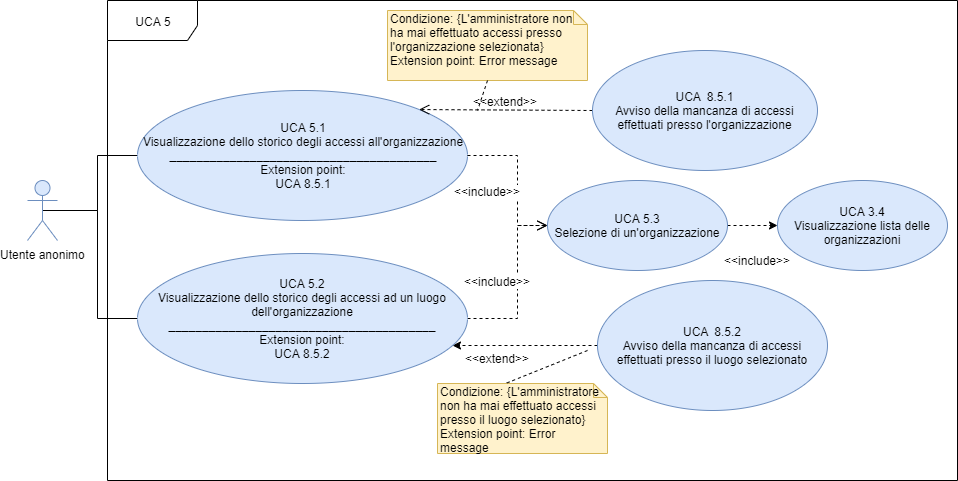
This is DocumentazioneEsterna/AnalisiRequisiti/sezioni/UseCase/Immagini/UCA5.png from qb-team/Stalker-Documentazione, a draw.io export, as it was before one commit. Source tidied: cells renumbered, new cells last; positions are measured from the earlier drawing's top-left corner, leaving out a move shared by most shapes.
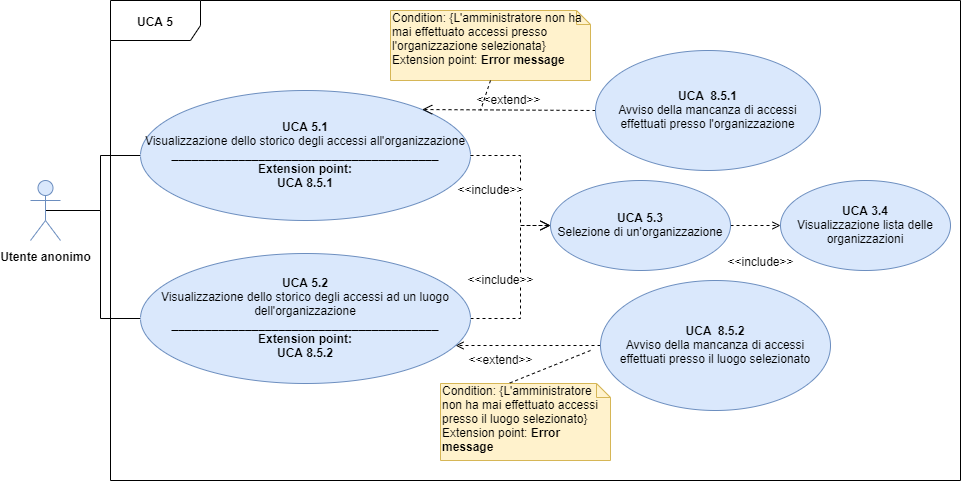
The same file after the commit.

Change to the diagram source:
```diff
@@ -2,19 +2,19 @@
   <root>
     <mxCell id="0" />
     <mxCell id="1" parent="0" />
-    <mxCell id="2" value="UCA 5" style="shape=umlFrame;whiteSpace=wrap;html=1;fontFamily=Helvetica;fontSize=12;width=90;height=40;" parent="1" vertex="1">
+    <mxCell id="2" value="&lt;b&gt;UCA 5&lt;/b&gt;" style="shape=umlFrame;whiteSpace=wrap;html=1;fontFamily=Helvetica;fontSize=12;width=90;height=40;" parent="1" vertex="1">
       <mxGeometry x="80" width="850" height="480" as="geometry" />
     </mxCell>
-    <mxCell id="3" style="edgeStyle=orthogonalEdgeStyle;rounded=0;jettySize=auto;html=1;entryX=0;entryY=0.5;entryDx=0;entryDy=0;endArrow=classic;endFill=1;dashed=1;" parent="1" edge="1" source="4" target="21">
+    <mxCell id="3" style="edgeStyle=orthogonalEdgeStyle;rounded=0;jettySize=auto;html=1;entryX=0;entryY=0.5;entryDx=0;entryDy=0;endArrow=open;endFill=0;dashed=1;" parent="1" edge="1" source="4" target="21">
       <mxGeometry relative="1" as="geometry" />
     </mxCell>
-    <mxCell id="4" value="&lt;font style=&quot;font-size: 12px&quot;&gt;UCA 5.3&lt;br&gt;Selezione di un'organizzazione&lt;br&gt;&lt;/font&gt;" style="ellipse;whiteSpace=wrap;html=1;fillColor=#dae8fc;strokeColor=#6c8ebf;fontFamily=Helvetica;fontSize=12;" parent="1" vertex="1">
+    <mxCell id="4" value="&lt;font style=&quot;font-size: 12px&quot;&gt;&lt;b&gt;UCA 5.3&lt;br&gt;&lt;/b&gt;Selezione di un'organizzazione&lt;br&gt;&lt;/font&gt;" style="ellipse;whiteSpace=wrap;html=1;fillColor=#dae8fc;strokeColor=#6c8ebf;fontFamily=Helvetica;fontSize=12;" parent="1" vertex="1">
       <mxGeometry x="520" y="180" width="180" height="90" as="geometry" />
     </mxCell>
-    <mxCell id="5" style="edgeStyle=orthogonalEdgeStyle;rounded=0;jettySize=auto;html=1;entryX=0.954;entryY=0.706;entryDx=0;entryDy=0;entryPerimeter=0;dashed=1;" parent="1" edge="1" source="6" target="18">
+    <mxCell id="5" style="edgeStyle=orthogonalEdgeStyle;rounded=0;jettySize=auto;html=1;entryX=0.954;entryY=0.706;entryDx=0;entryDy=0;entryPerimeter=0;dashed=1;endArrow=open;endFill=0;" parent="1" edge="1" source="6" target="18">
       <mxGeometry relative="1" as="geometry" />
     </mxCell>
-    <mxCell id="6" value="&lt;font style=&quot;font-size: 12px&quot;&gt;UCA&amp;nbsp; 8.5.2&lt;br&gt;Avviso della mancanza di accessi effettuati presso il luogo selezionato&lt;br&gt;&lt;/font&gt;" style="ellipse;whiteSpace=wrap;html=1;fillColor=#dae8fc;strokeColor=#6c8ebf;fontFamily=Helvetica;fontSize=12;" parent="1" vertex="1">
+    <mxCell id="6" value="&lt;font style=&quot;font-size: 12px&quot;&gt;&lt;b&gt;UCA&amp;nbsp; 8.5.2&lt;br&gt;&lt;/b&gt;Avviso della mancanza di accessi effettuati presso il luogo selezionato&lt;br&gt;&lt;/font&gt;" style="ellipse;whiteSpace=wrap;html=1;fillColor=#dae8fc;strokeColor=#6c8ebf;fontFamily=Helvetica;fontSize=12;" parent="1" vertex="1">
       <mxGeometry x="570" y="280" width="230" height="130" as="geometry" />
     </mxCell>
     <mxCell id="7" style="edgeStyle=orthogonalEdgeStyle;rounded=0;jettySize=auto;html=1;entryX=0;entryY=0.5;entryDx=0;entryDy=0;endArrow=none;endFill=0;" parent="1" edge="1" source="9" target="10">
@@ -23,10 +23,10 @@
     <mxCell id="8" style="edgeStyle=orthogonalEdgeStyle;rounded=0;jettySize=auto;html=1;entryX=0;entryY=0.5;entryDx=0;entryDy=0;endArrow=none;endFill=0;exitX=0.5;exitY=0.5;exitDx=0;exitDy=0;exitPerimeter=0;" parent="1" edge="1" source="9" target="18">
       <mxGeometry relative="1" as="geometry" />
     </mxCell>
-    <mxCell id="9" value="Utente anonimo" style="shape=umlActor;verticalLabelPosition=bottom;labelBackgroundColor=#ffffff;verticalAlign=top;html=1;fillColor=#dae8fc;strokeColor=#6c8ebf;fontFamily=Helvetica;fontSize=12;" parent="1" vertex="1">
+    <mxCell id="9" value="&lt;b&gt;Utente anonimo&lt;/b&gt;" style="shape=umlActor;verticalLabelPosition=bottom;labelBackgroundColor=#ffffff;verticalAlign=top;html=1;fillColor=#dae8fc;strokeColor=#6c8ebf;fontFamily=Helvetica;fontSize=12;" parent="1" vertex="1">
       <mxGeometry y="180" width="30" height="60" as="geometry" />
     </mxCell>
-    <mxCell id="10" value="&lt;font style=&quot;font-size: 12px&quot;&gt;UCA 5.1&lt;br&gt;Visualizzazione dello storico degli accessi all'organizzazione&lt;br&gt;&lt;b&gt;________________________________________&lt;br&gt;&lt;/b&gt;Extension point:&lt;br&gt;UCA 8.5.1&lt;br&gt;&lt;/font&gt;" style="ellipse;whiteSpace=wrap;html=1;fillColor=#dae8fc;strokeColor=#6c8ebf;fontFamily=Helvetica;fontSize=12;" parent="1" vertex="1">
+    <mxCell id="10" value="&lt;font style=&quot;font-size: 12px&quot;&gt;&lt;b&gt;UCA 5.1&lt;br&gt;&lt;/b&gt;Visualizzazione dello storico degli accessi all'organizzazione&lt;br&gt;&lt;b&gt;________________________________________&lt;br&gt;Extension point:&lt;br&gt;UCA 8.5.1&lt;/b&gt;&lt;br&gt;&lt;/font&gt;" style="ellipse;whiteSpace=wrap;html=1;fillColor=#dae8fc;strokeColor=#6c8ebf;fontFamily=Helvetica;fontSize=12;" parent="1" vertex="1">
       <mxGeometry x="110" y="90" width="330" height="130" as="geometry" />
     </mxCell>
     <mxCell id="11" value="&amp;lt;&amp;lt;include&amp;gt;&amp;gt;" style="html=1;verticalAlign=bottom;endArrow=open;dashed=1;endSize=8;fontFamily=Helvetica;fontSize=12;entryX=0;entryY=0.5;entryDx=0;entryDy=0;exitX=1;exitY=0.5;exitDx=0;exitDy=0;rounded=0;" parent="1" edge="1" source="10" target="4">
@@ -48,21 +48,21 @@
     <mxCell id="13" value="&amp;lt;&amp;lt;extend&amp;gt;&amp;gt;" style="html=1;verticalAlign=bottom;endArrow=open;dashed=1;endSize=8;fontFamily=Helvetica;fontSize=12;entryX=1;entryY=0;entryDx=0;entryDy=0;exitX=0;exitY=0.5;exitDx=0;exitDy=0;" parent="1" edge="1" source="14" target="10">
       <mxGeometry relative="1" as="geometry" />
     </mxCell>
-    <mxCell id="14" value="&lt;font style=&quot;font-size: 12px&quot;&gt;UCA&amp;nbsp; 8.5.1&lt;br&gt;Avviso della mancanza di accessi effettuati presso l'organizzazione&lt;br&gt;&lt;/font&gt;" style="ellipse;whiteSpace=wrap;html=1;fillColor=#dae8fc;strokeColor=#6c8ebf;fontFamily=Helvetica;fontSize=12;" parent="1" vertex="1">
+    <mxCell id="14" value="&lt;font style=&quot;font-size: 12px&quot;&gt;&lt;b&gt;UCA&amp;nbsp; 8.5.1&lt;br&gt;&lt;/b&gt;Avviso della mancanza di accessi effettuati presso l'organizzazione&lt;br&gt;&lt;/font&gt;" style="ellipse;whiteSpace=wrap;html=1;fillColor=#dae8fc;strokeColor=#6c8ebf;fontFamily=Helvetica;fontSize=12;" parent="1" vertex="1">
       <mxGeometry x="565" y="50" width="225" height="120" as="geometry" />
     </mxCell>
-    <mxCell id="15" value="Condizione: {L'amministratore non ha mai effettuato accessi presso l'organizzazione selezionata}&lt;br&gt;Extension point: Error message" style="shape=note;whiteSpace=wrap;html=1;size=14;verticalAlign=top;align=left;spacingTop=-6;fontFamily=Helvetica;fontSize=12;fillColor=#fff2cc;strokeColor=#d6b656;" parent="1" vertex="1">
+    <mxCell id="15" value="Condition: {L'amministratore non ha mai effettuato accessi presso l'organizzazione selezionata}&lt;br&gt;Extension point: &lt;b&gt;Error message&lt;/b&gt;" style="shape=note;whiteSpace=wrap;html=1;size=14;verticalAlign=top;align=left;spacingTop=-6;fontFamily=Helvetica;fontSize=12;fillColor=#fff2cc;strokeColor=#d6b656;" parent="1" vertex="1">
       <mxGeometry x="360" y="10" width="200" height="70" as="geometry" />
     </mxCell>
-    <mxCell id="16" value="Condizione: {L'amministratore non ha mai effettuato accessi presso il luogo selezionato}&lt;br&gt;Extension point: Error message" style="shape=note;whiteSpace=wrap;html=1;size=14;verticalAlign=top;align=left;spacingTop=-6;fontFamily=Helvetica;fontSize=12;fillColor=#fff2cc;strokeColor=#d6b656;" parent="1" vertex="1">
-      <mxGeometry x="410" y="383" width="170" height="70" as="geometry" />
+    <mxCell id="16" value="Condition: {L'amministratore non ha mai effettuato accessi presso il luogo selezionato}&lt;br&gt;Extension point: &lt;b&gt;Error message&lt;/b&gt;" style="shape=note;whiteSpace=wrap;html=1;size=14;verticalAlign=top;align=left;spacingTop=-6;fontFamily=Helvetica;fontSize=12;fillColor=#fff2cc;strokeColor=#d6b656;" parent="1" vertex="1">
+      <mxGeometry x="410" y="383" width="170" height="77" as="geometry" />
     </mxCell>
     <mxCell id="17" style="endArrow=none;dashed=1;html=1;fontFamily=Helvetica;fontSize=12;exitX=0.5;exitY=1;exitDx=0;exitDy=0;exitPerimeter=0;" parent="1" edge="1" source="15">
       <mxGeometry relative="1" as="geometry">
         <mxPoint x="450" y="110" as="targetPoint" />
       </mxGeometry>
     </mxCell>
-    <mxCell id="18" value="&lt;font style=&quot;font-size: 12px&quot;&gt;UCA 5.2&lt;br&gt;Visualizzazione dello storico degli accessi ad un luogo dell'organizzazione&lt;br&gt;&lt;b&gt;________________________________________&lt;br&gt;&lt;/b&gt;Extension point:&lt;br&gt;UCA 8.5.2&lt;br&gt;&lt;/font&gt;" style="ellipse;whiteSpace=wrap;html=1;fillColor=#dae8fc;strokeColor=#6c8ebf;fontFamily=Helvetica;fontSize=12;" parent="1" vertex="1">
+    <mxCell id="18" value="&lt;font style=&quot;font-size: 12px&quot;&gt;&lt;b&gt;UCA 5.2&lt;br&gt;&lt;/b&gt;Visualizzazione dello storico degli accessi ad un luogo dell'organizzazione&lt;br&gt;&lt;b&gt;________________________________________&lt;br&gt;Extension point:&lt;br&gt;UCA 8.5.2&lt;/b&gt;&lt;br&gt;&lt;/font&gt;" style="ellipse;whiteSpace=wrap;html=1;fillColor=#dae8fc;strokeColor=#6c8ebf;fontFamily=Helvetica;fontSize=12;" parent="1" vertex="1">
       <mxGeometry x="110" y="253" width="330" height="130" as="geometry" />
     </mxCell>
     <mxCell id="19" value="&lt;span style=&quot;background-color: rgb(255 , 255 , 255)&quot;&gt;&amp;lt;&amp;lt;extend&amp;gt;&amp;gt;&lt;/span&gt;" style="text;html=1;align=center;verticalAlign=middle;" parent="1" vertex="1">
@@ -73,7 +73,7 @@
         <mxPoint x="560" y="350" as="sourcePoint" />
       </mxGeometry>
     </mxCell>
-    <mxCell id="21" value="&lt;font style=&quot;font-size: 12px&quot;&gt;UCA 3.4&lt;br&gt;Visualizzazione lista delle organizzazioni&lt;br&gt;&lt;/font&gt;" style="ellipse;whiteSpace=wrap;html=1;fillColor=#dae8fc;strokeColor=#6c8ebf;fontFamily=Helvetica;fontSize=12;" parent="1" vertex="1">
+    <mxCell id="21" value="&lt;font style=&quot;font-size: 12px&quot;&gt;&lt;b&gt;UCA 3.4&lt;br&gt;&lt;/b&gt;Visualizzazione lista delle organizzazioni&lt;br&gt;&lt;/font&gt;" style="ellipse;whiteSpace=wrap;html=1;fillColor=#dae8fc;strokeColor=#6c8ebf;fontFamily=Helvetica;fontSize=12;" parent="1" vertex="1">
       <mxGeometry x="750" y="180" width="170" height="90" as="geometry" />
     </mxCell>
     <mxCell id="22" value="&lt;span style=&quot;background-color: rgb(255 , 255 , 255)&quot;&gt;&amp;lt;&amp;lt;include&amp;gt;&amp;gt;&lt;/span&gt;" style="text;html=1;align=center;verticalAlign=middle;" parent="1" vertex="1">
```
